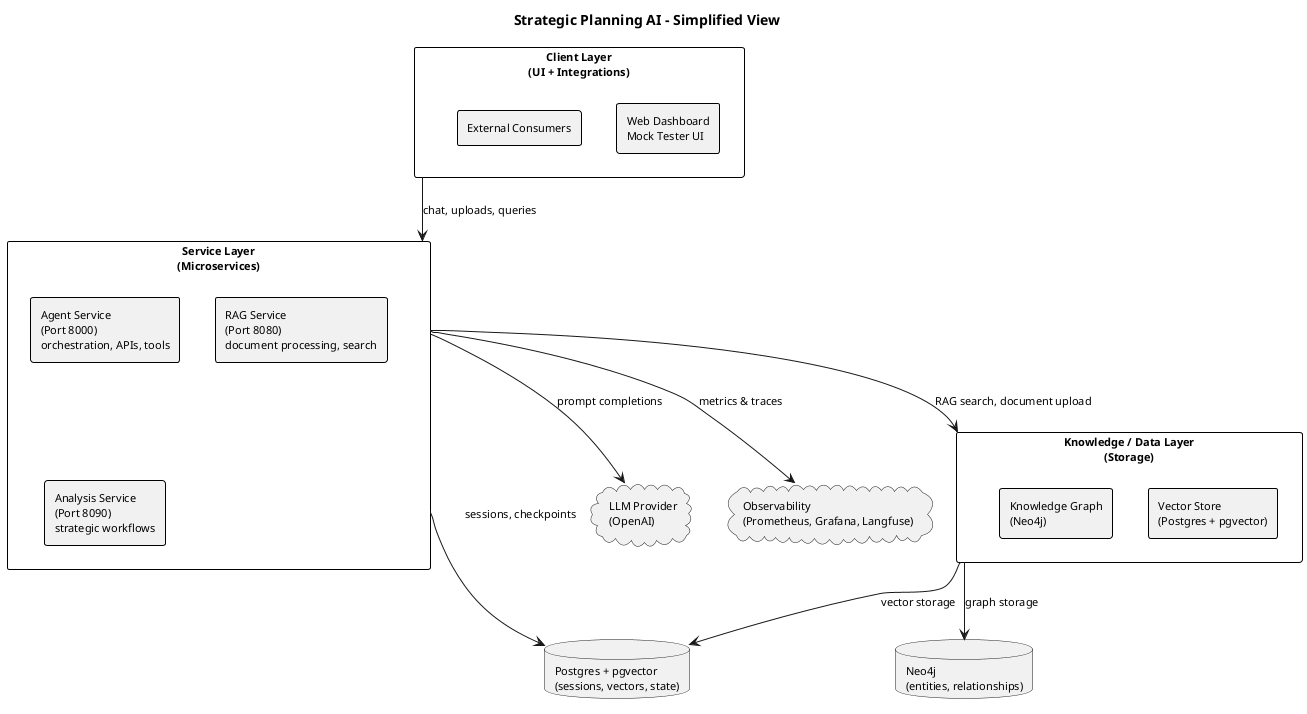
Above: architecture/A0_01_overview_simplified.png in HenryNVP/strategic_planning_AI (PlantUML), before the change.
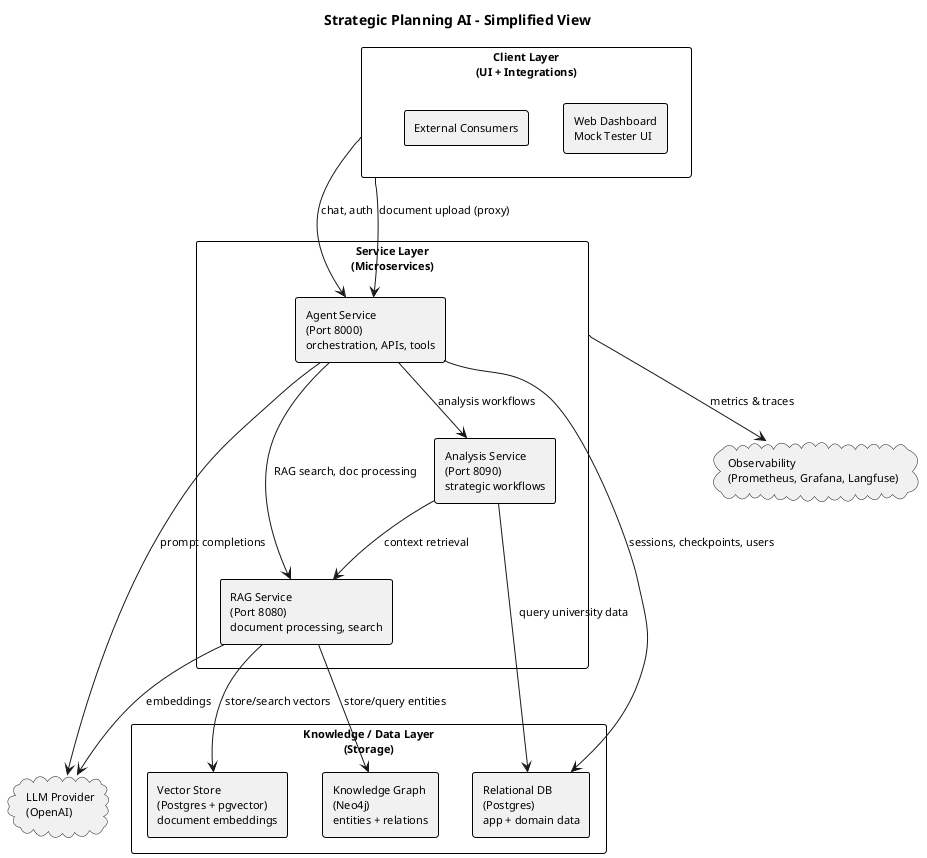
Later version of the same file.

Change to the diagram source:
```diff
@@ -22,21 +22,28 @@
 }
 
 rectangle "Knowledge / Data Layer\n(Storage)" as KNOWLEDGE {
-  rectangle "Vector Store\n(Postgres + pgvector)" as VSTORE
-  rectangle "Knowledge Graph\n(Neo4j)" as KGRAPH
+  rectangle "Relational DB\n(Postgres)\napp + domain data" as RDBMS
+  rectangle "Vector Store\n(Postgres + pgvector)\ndocument embeddings" as VSTORE
+  rectangle "Knowledge Graph\n(Neo4j)\nentities + relations" as KGRAPH
 }
 
-database "Postgres + pgvector\n(sessions, vectors, state)" as DB
-database "Neo4j\n(entities, relationships)" as NEO4J
 cloud "LLM Provider\n(OpenAI)" as LLM
 cloud "Observability\n(Prometheus, Grafana, Langfuse)" as OBS
 
-CLIENT --> SERVICE : chat, uploads, queries
-SERVICE --> KNOWLEDGE : RAG search, document upload
-SERVICE --> DB : sessions, checkpoints
-KNOWLEDGE --> DB : vector storage
-KNOWLEDGE --> NEO4J : graph storage
-SERVICE --> LLM : prompt completions
+CLIENT --> AGENT_SVC : chat, auth
+CLIENT --> AGENT_SVC : document upload (proxy)
+
+AGENT_SVC --> RAG_SVC : RAG search, doc processing
+AGENT_SVC --> ANALYSIS_SVC : analysis workflows
+ANALYSIS_SVC --> RAG_SVC : context retrieval
+
+AGENT_SVC --> RDBMS : sessions, checkpoints, users
+RAG_SVC --> VSTORE : store/search vectors
+RAG_SVC --> KGRAPH : store/query entities
+ANALYSIS_SVC --> RDBMS : query university data
+
+AGENT_SVC --> LLM : prompt completions
+RAG_SVC --> LLM : embeddings
 SERVICE --> OBS : metrics & traces
 
 @enduml
```
